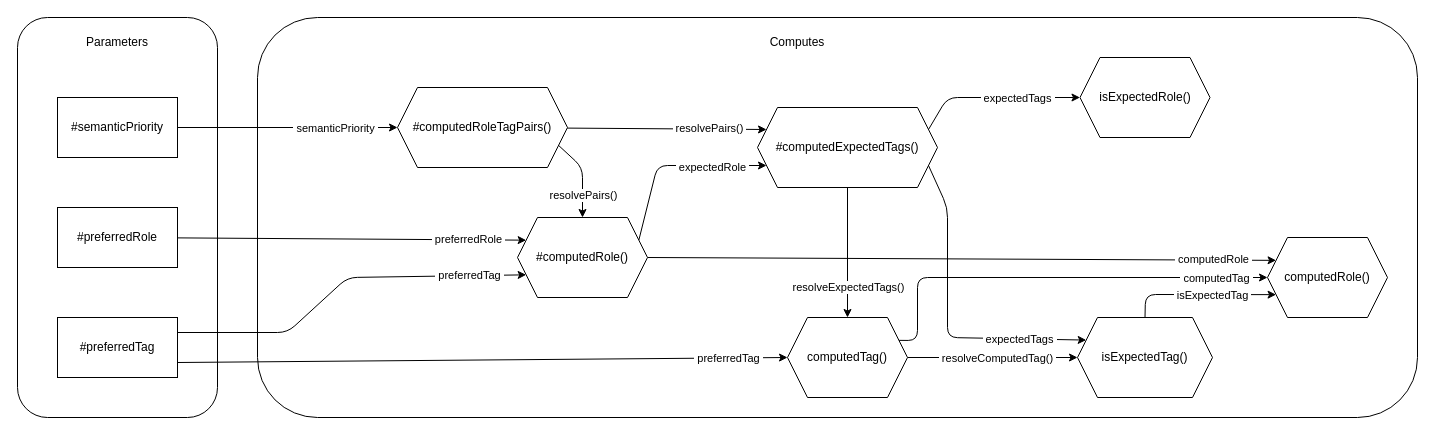
Above: utilities/semantics/src/LazySemanticEvaluator.drawio in reusable-ui/reusable-ui-monorepo (draw.io), before the change. Source tidied: cells renumbered, new cells numbered last; positions are measured from the earlier drawing's top-left corner, leaving out a move shared by most shapes. Both pictures are drawn from the tidied source at 100%, with x=0, y=0 at pixel (17, 17).
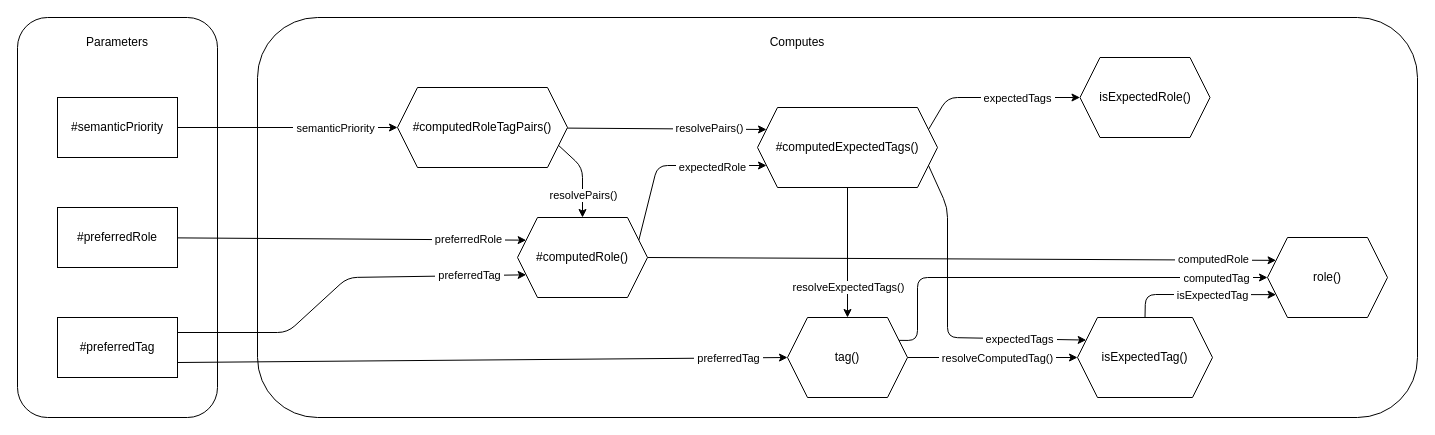
After the change.

Commit message (it also covers changes not shown here):
refactor(semantics): rename computedRole/computedTag → role/tag in ResolvedSemanticAttributes

The edit, as a diff of the source:
```diff
@@
-    <mxCell id="36" value="computedTag()" style="shape=hexagon;perimeter=hexagonPerimeter2;whiteSpace=wrap;html=1;fixedSize=1;" parent="1" vertex="1">
+    <mxCell id="36" value="tag()" style="shape=hexagon;perimeter=hexagonPerimeter2;whiteSpace=wrap;html=1;fixedSize=1;" parent="1" vertex="1">
       <mxGeometry x="770" y="300" width="120" height="80" as="geometry" />
     </mxCell>
@@
-    <mxCell id="41" value="computedRole()" style="shape=hexagon;perimeter=hexagonPerimeter2;whiteSpace=wrap;html=1;fixedSize=1;" parent="1" vertex="1">
+    <mxCell id="41" value="role()" style="shape=hexagon;perimeter=hexagonPerimeter2;whiteSpace=wrap;html=1;fixedSize=1;" parent="1" vertex="1">
       <mxGeometry x="1250" y="220" width="120" height="80" as="geometry" />
     </mxCell>
```
